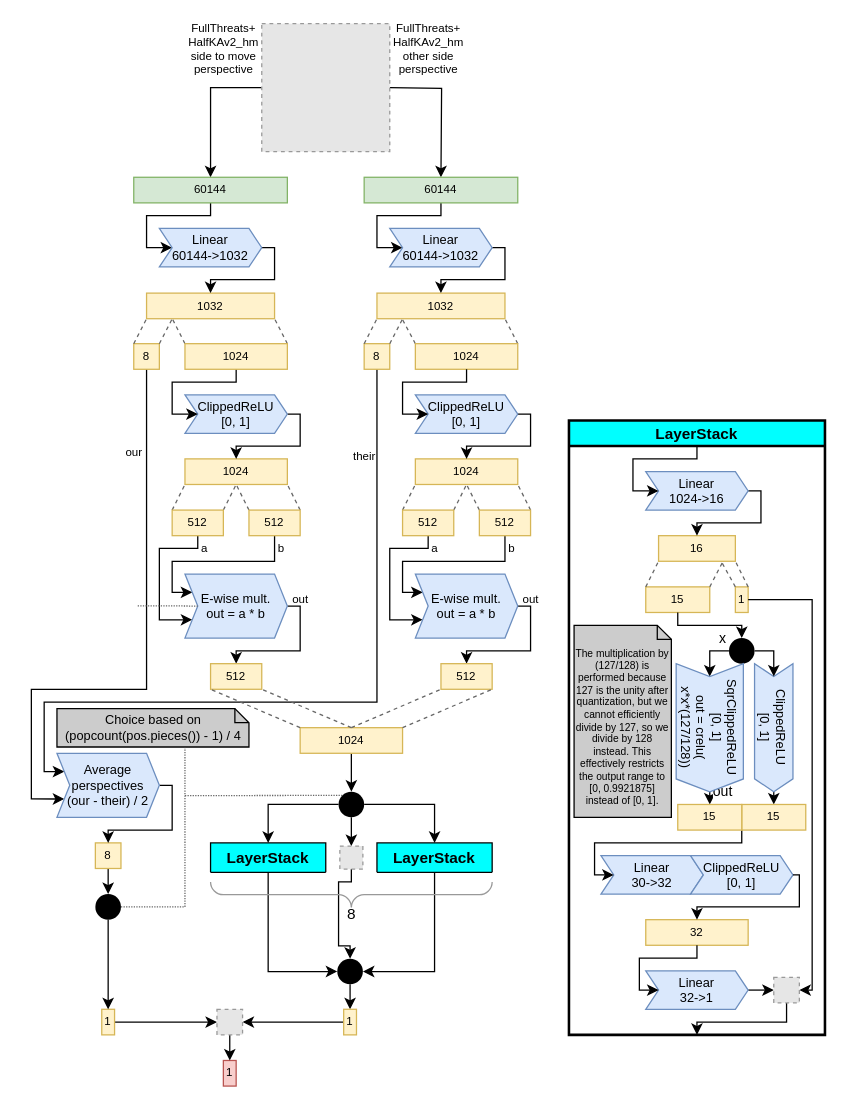
Earlier version of the draw.io diagram docs/img/SFNNv12_architecture.drawio (official-stockfish/nnue-pytorch). Source tidied: cells renumbered, new cells numbered last; positions are measured from the earlier drawing's top-left corner, leaving out a move shared by most shapes. Both pictures are drawn from the tidied source at 128%, with x=0, y=0 at pixel (31, 23). Pictures stored in the file or linked from it are replaced by grey dashed boxes.
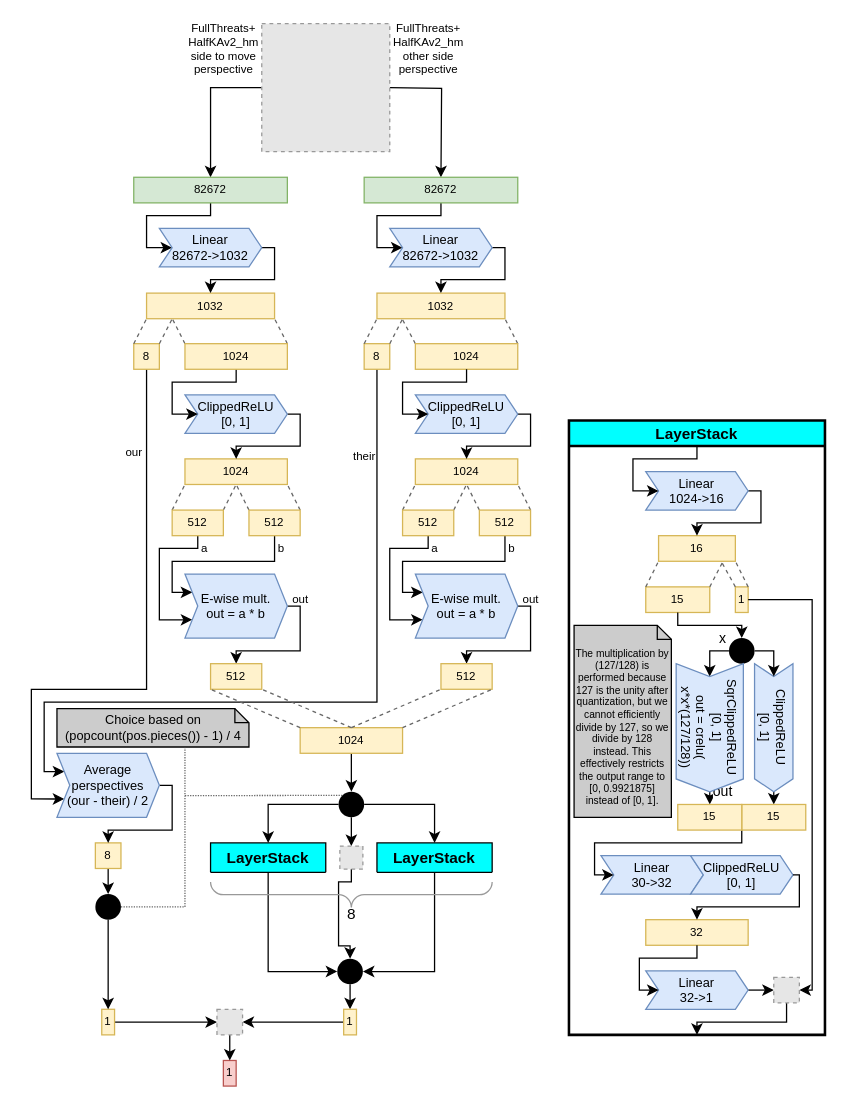
After the change.

Unchanged cells that the change refers to:
```xml
<mxCell id="76" value="&lt;div&gt;E-wise mult.&lt;br&gt;&lt;/div&gt;&lt;div&gt;out = a * b &lt;/div&gt;" style="shape=step;perimeter=stepPerimeter;whiteSpace=wrap;html=1;fixedSize=1;rounded=0;shadow=0;glass=0;sketch=0;fontSize=10;align=center;size=10;fillColor=#dae8fc;strokeColor=#6c8ebf;" parent="1" vertex="1">
  <mxGeometry x="120" y="430" width="80" height="50" as="geometry" />
</mxCell>
```

The edit, as a diff of the source:
```diff
@@
-    <mxCell id="6" value="&lt;span class=&quot;blob-code-inner blob-code-marker&quot;&gt;&lt;span class=&quot;pl-c1 x x-first x-last&quot;&gt;60144&lt;/span&gt;&lt;/span&gt;" style="rounded=0;whiteSpace=wrap;html=1;shadow=0;glass=0;sketch=0;fontSize=9;align=center;fillColor=#d5e8d4;strokeColor=#82b366;" parent="1" vertex="1">
+    <mxCell id="6" value="&lt;span class=&quot;blob-code-inner blob-code-marker&quot;&gt;&lt;span class=&quot;pl-c1 x x-first x-last&quot;&gt;82672&lt;/span&gt;&lt;/span&gt;" style="rounded=0;whiteSpace=wrap;html=1;shadow=0;glass=0;sketch=0;fontSize=9;align=center;fillColor=#d5e8d4;strokeColor=#82b366;" parent="1" vertex="1">
       <mxGeometry x="80" y="120" width="120" height="20" as="geometry" />
     </mxCell>
@@
-    <mxCell id="8" value="&lt;span class=&quot;blob-code-inner blob-code-marker&quot;&gt;&lt;span class=&quot;pl-c1 x x-first x-last&quot;&gt;60144&lt;/span&gt;&lt;/span&gt;" style="rounded=0;whiteSpace=wrap;html=1;shadow=0;glass=0;sketch=0;fontSize=9;align=center;fillColor=#d5e8d4;strokeColor=#82b366;" parent="1" vertex="1">
+    <mxCell id="8" value="&lt;span class=&quot;blob-code-inner blob-code-marker&quot;&gt;&lt;span class=&quot;pl-c1 x x-first x-last&quot;&gt;82672&lt;/span&gt;&lt;/span&gt;" style="rounded=0;whiteSpace=wrap;html=1;shadow=0;glass=0;sketch=0;fontSize=9;align=center;fillColor=#d5e8d4;strokeColor=#82b366;" parent="1" vertex="1">
       <mxGeometry x="260" y="120" width="120" height="20" as="geometry" />
     </mxCell>
@@
-    <mxCell id="16" value="&lt;div style=&quot;font-size: 10px&quot;&gt;Linear&lt;/div&gt;&lt;div style=&quot;font-size: 10px&quot;&gt;&lt;span class=&quot;blob-code-inner blob-code-marker&quot;&gt;&lt;span class=&quot;pl-c1 x x-first x-last&quot;&gt;60144&lt;/span&gt;&lt;/span&gt;-&amp;gt;1032&lt;/div&gt;" style="shape=step;perimeter=stepPerimeter;whiteSpace=wrap;html=1;fixedSize=1;rounded=0;shadow=0;glass=0;sketch=0;fontSize=10;align=center;size=10;fillColor=#dae8fc;strokeColor=#6c8ebf;" parent="1" vertex="1">
+    <mxCell id="16" value="&lt;div style=&quot;font-size: 10px&quot;&gt;Linear&lt;/div&gt;&lt;div style=&quot;font-size: 10px&quot;&gt;&lt;span class=&quot;blob-code-inner blob-code-marker&quot;&gt;&lt;span class=&quot;pl-c1 x x-first x-last&quot;&gt;82672&lt;/span&gt;&lt;/span&gt;-&amp;gt;1032&lt;/div&gt;" style="shape=step;perimeter=stepPerimeter;whiteSpace=wrap;html=1;fixedSize=1;rounded=0;shadow=0;glass=0;sketch=0;fontSize=10;align=center;size=10;fillColor=#dae8fc;strokeColor=#6c8ebf;" parent="1" vertex="1">
       <mxGeometry x="100" y="160" width="80" height="30" as="geometry" />
     </mxCell>
-    <mxCell id="17" value="&lt;div style=&quot;font-size: 10px&quot;&gt;Linear&lt;/div&gt;&lt;div style=&quot;font-size: 10px&quot;&gt;&lt;span class=&quot;blob-code-inner blob-code-marker&quot;&gt;&lt;span class=&quot;pl-c1 x x-first x-last&quot;&gt;60144&lt;/span&gt;&lt;/span&gt;-&amp;gt;1032&lt;/div&gt;" style="shape=step;perimeter=stepPerimeter;whiteSpace=wrap;html=1;fixedSize=1;rounded=0;shadow=0;glass=0;sketch=0;fontSize=10;align=center;size=10;fillColor=#dae8fc;strokeColor=#6c8ebf;" parent="1" vertex="1">
+    <mxCell id="17" value="&lt;div style=&quot;font-size: 10px&quot;&gt;Linear&lt;/div&gt;&lt;div style=&quot;font-size: 10px&quot;&gt;&lt;span class=&quot;blob-code-inner blob-code-marker&quot;&gt;&lt;span class=&quot;pl-c1 x x-first x-last&quot;&gt;82672&lt;/span&gt;&lt;/span&gt;-&amp;gt;1032&lt;/div&gt;" style="shape=step;perimeter=stepPerimeter;whiteSpace=wrap;html=1;fixedSize=1;rounded=0;shadow=0;glass=0;sketch=0;fontSize=10;align=center;size=10;fillColor=#dae8fc;strokeColor=#6c8ebf;" parent="1" vertex="1">
       <mxGeometry x="280" y="160" width="80" height="30" as="geometry" />
     </mxCell>
@@
-    <mxCell id="131" style="edgeStyle=elbowEdgeStyle;rounded=0;sketch=0;jumpStyle=none;jumpSize=5;jettySize=auto;html=1;entryX=0;entryY=0.5;entryDx=0;entryDy=0;shadow=0;labelBackgroundColor=none;fontFamily=Helvetica;fontSize=8;strokeColor=#666666;strokeWidth=1;fillColor=#f5f5f5;dashed=1;dashPattern=1 1;endArrow=none;endFill=0;exitX=0.997;exitY=0.7;exitDx=0;exitDy=0;exitPerimeter=0;" parent="1" edge="1" target="76">
-      <mxGeometry relative="1" as="geometry">
-        <mxPoint x="83.1" y="454.8" as="sourcePoint" />
-        <Array as="points">
-          <mxPoint x="100" y="455" />
-          <mxPoint x="100" y="510" />
-          <mxPoint x="130" y="620" />
-        </Array>
-      </mxGeometry>
-    </mxCell>
```
